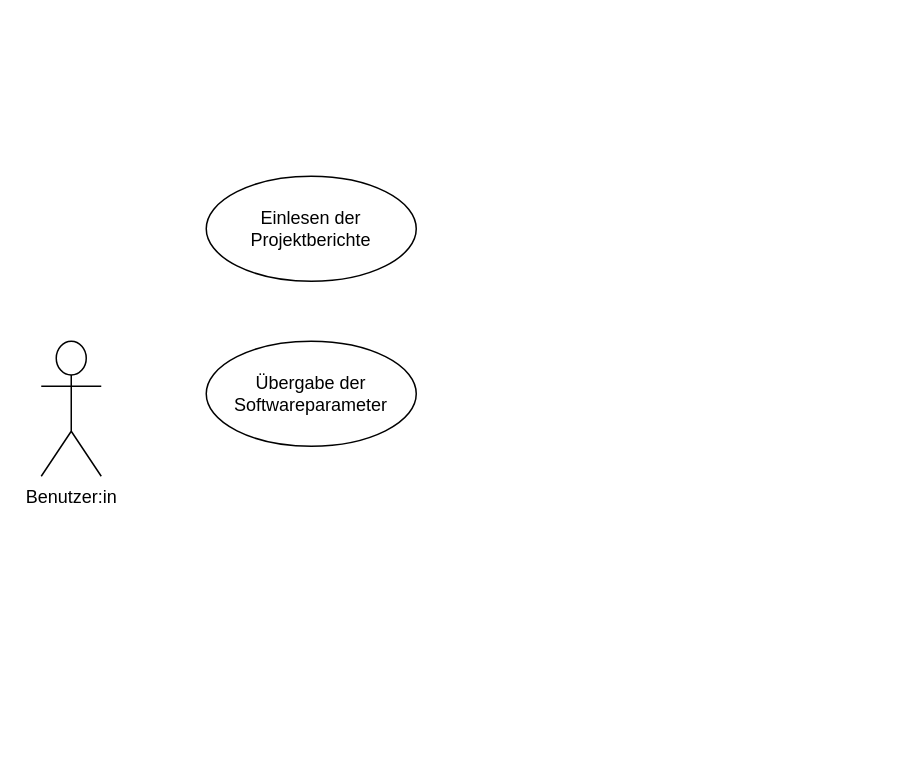
INKSec/Diagramme keeps this draw.io diagram as Use_Case_Diagramm.drawio. Above is the earlier version. Source tidied: cells renumbered, new cells numbered last; positions are measured from the earlier drawing's top-left corner, leaving out a move shared by most shapes. Both pictures are drawn from the tidied source at 150%, with x=0, y=0 at pixel (40, 176).
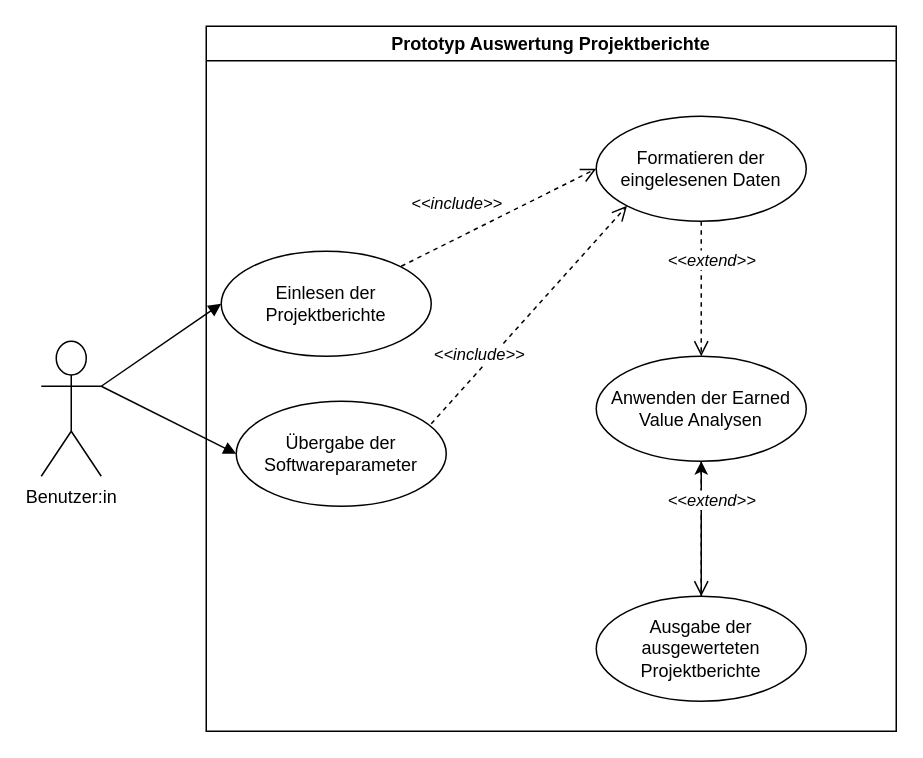
Above is the later version.

The edit, as a diff of the source:
```diff
@@
 <mxGraphModel>
   <root>
     <mxCell id="0" />
     <mxCell id="1" parent="0" />
     <mxCell id="2" value="Benutzer:in" style="shape=umlActor;verticalLabelPosition=bottom;verticalAlign=top;html=1;" parent="1" vertex="1">
       <mxGeometry y="110" width="40" height="90" as="geometry" />
     </mxCell>
+    <mxCell id="5" value="Prototyp Auswertung Projektberichte" style="swimlane;whiteSpace=wrap;" parent="1" vertex="1">
+      <mxGeometry x="110" y="-100" width="460" height="470" as="geometry" />
+    </mxCell>
+    <mxCell id="4" value="Übergabe der Softwareparameter" style="ellipse;whiteSpace=wrap;html=1;" parent="5" vertex="1">
+      <mxGeometry x="20" y="250" width="140" height="70" as="geometry" />
+    </mxCell>
-    <mxCell id="3" value="Einlesen der Projektberichte" style="ellipse;whiteSpace=wrap;html=1;" parent="1" vertex="1">
-      <mxGeometry x="110" width="140" height="70" as="geometry" />
+    <mxCell id="3" value="Einlesen der Projektberichte" style="ellipse;whiteSpace=wrap;html=1;" parent="5" vertex="1">
+      <mxGeometry x="10" y="150" width="140" height="70" as="geometry" />
     </mxCell>
-    <mxCell id="4" value="Übergabe der Softwareparameter" style="ellipse;whiteSpace=wrap;html=1;" parent="1" vertex="1">
-      <mxGeometry x="110" y="110" width="140" height="70" as="geometry" />
-    </mxCell>
+    <mxCell id="6" style="edgeStyle=orthogonalEdgeStyle;rounded=0;jettySize=auto;html=1;" parent="5" edge="1" source="7" target="8">
+      <mxGeometry relative="1" as="geometry" />
+    </mxCell>
+    <mxCell id="7" value="Ausgabe der ausgewerteten Projektberichte" style="ellipse;whiteSpace=wrap;html=1;" parent="5" vertex="1">
+      <mxGeometry x="260" y="380" width="140" height="70" as="geometry" />
+    </mxCell>
+    <mxCell id="8" value="Anwenden der Earned Value Analysen" style="ellipse;whiteSpace=wrap;html=1;" parent="5" vertex="1">
+      <mxGeometry x="260" y="220" width="140" height="70" as="geometry" />
+    </mxCell>
+    <mxCell id="9" value="Formatieren der eingelesenen Daten" style="ellipse;whiteSpace=wrap;html=1;" parent="5" vertex="1">
+      <mxGeometry x="260" y="60" width="140" height="70" as="geometry" />
+    </mxCell>
+    <mxCell id="10" value="&amp;lt;&amp;lt;include&amp;gt;&amp;gt;" style="html=1;verticalAlign=middle;endArrow=open;dashed=1;endSize=8;curved=0;rounded=0;entryX=0;entryY=0.5;entryDx=0;entryDy=0;labelPosition=center;verticalLabelPosition=middle;align=center;fontStyle=2;textDirection=ltr;" parent="5" edge="1" target="9">
+      <mxGeometry x="-0.29" y="21" relative="1" as="geometry">
+        <mxPoint x="130" y="160" as="sourcePoint" />
+      </mxGeometry>
+    </mxCell>
+    <mxCell id="11" value="&amp;lt;&amp;lt;include&amp;gt;&amp;gt;" style="html=1;verticalAlign=middle;endArrow=open;dashed=1;endSize=8;curved=0;rounded=0;entryX=0;entryY=1;entryDx=0;entryDy=0;labelPosition=center;verticalLabelPosition=middle;align=center;fontStyle=2;textDirection=ltr;" parent="5" edge="1" target="9">
+      <mxGeometry x="-0.43" y="7" relative="1" as="geometry">
+        <mxPoint x="150" y="265" as="sourcePoint" />
+      </mxGeometry>
+    </mxCell>
+    <mxCell id="12" value="&amp;lt;&amp;lt;extend&amp;gt;&amp;gt;" style="html=1;verticalAlign=middle;endArrow=open;dashed=1;endSize=8;curved=0;rounded=0;entryX=0.5;entryY=0;entryDx=0;entryDy=0;labelPosition=center;verticalLabelPosition=middle;align=center;fontStyle=2;textDirection=ltr;exitX=0.5;exitY=1;exitDx=0;exitDy=0;" parent="5" edge="1" source="8" target="7">
+      <mxGeometry x="-0.43" y="7" relative="1" as="geometry" />
+    </mxCell>
+    <mxCell id="13" value="&amp;lt;&amp;lt;extend&amp;gt;&amp;gt;" style="html=1;verticalAlign=middle;endArrow=open;dashed=1;endSize=8;curved=0;rounded=0;entryX=0.5;entryY=0;entryDx=0;entryDy=0;labelPosition=center;verticalLabelPosition=middle;align=center;fontStyle=2;textDirection=ltr;exitX=0.5;exitY=1;exitDx=0;exitDy=0;" parent="5" edge="1" source="9" target="8">
+      <mxGeometry x="-0.43" y="7" relative="1" as="geometry" />
+    </mxCell>
+    <mxCell id="14" style="html=1;verticalAlign=bottom;endArrow=block;curved=0;rounded=0;exitX=1;exitY=0.3333333333333333;exitDx=0;exitDy=0;exitPerimeter=0;entryX=0;entryY=0.5;entryDx=0;entryDy=0;" parent="1" edge="1" source="2" target="4">
+      <mxGeometry relative="1" as="geometry" />
+    </mxCell>
+    <mxCell id="15" style="html=1;verticalAlign=bottom;endArrow=block;curved=0;rounded=0;entryX=0;entryY=0.5;entryDx=0;entryDy=0;exitX=1;exitY=0.3333333333333333;exitDx=0;exitDy=0;exitPerimeter=0;" parent="1" edge="1" source="2" target="3">
+      <mxGeometry relative="1" as="geometry" />
+    </mxCell>
   </root>
 </mxGraphModel>
```
